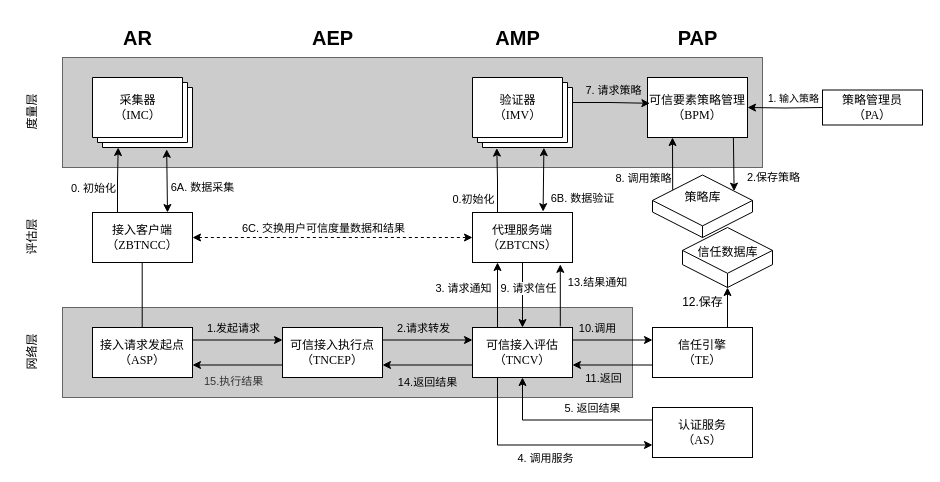
Before: testDirectory/可信接入模型.drawio in Moose1273/-, a draw.io diagram. Source tidied: cells renumbered, new cells numbered last; positions are measured from the earlier drawing's top-left corner, leaving out a move shared by most shapes. Both pictures are drawn from the tidied source at 100%, with x=0, y=0 at pixel (2, 17).
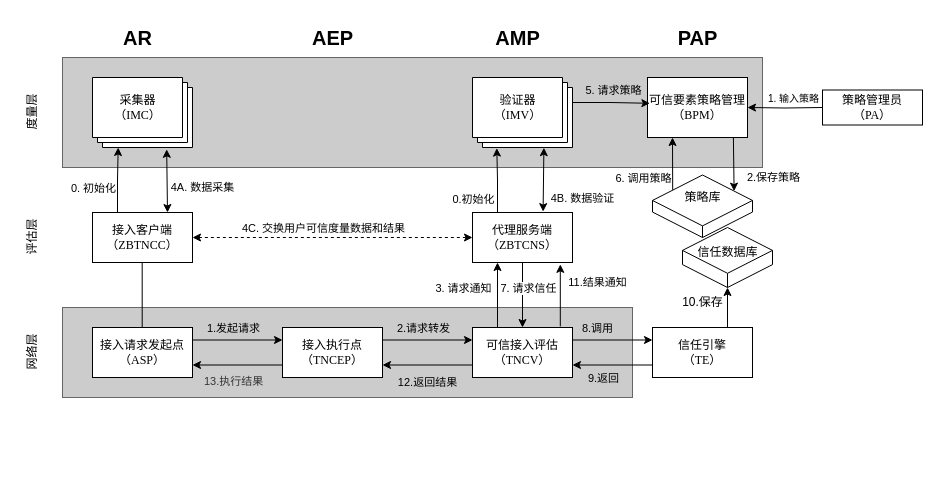
Above is the later version.

Commit message:
更新可信接入模型.drawio

Unchanged cells that the change refers to:
```xml
<mxCell id="8" style="edgeStyle=orthogonalEdgeStyle;rounded=0;jettySize=auto;html=1;entryX=0.5;entryY=0;entryDx=0;entryDy=0;" parent="1" edge="1" source="10" target="21">
  <mxGeometry relative="1" as="geometry" />
</mxCell>
<mxCell id="18" style="edgeStyle=orthogonalEdgeStyle;rounded=0;jettySize=auto;html=1;exitX=1;exitY=0.25;exitDx=0;exitDy=0;entryX=0;entryY=0.25;entryDx=0;entryDy=0;" parent="1" edge="1" source="21" target="30">
  <mxGeometry relative="1" as="geometry" />
</mxCell>
<mxCell id="21" value="可信接入评估&lt;br&gt;&lt;font face=&quot;Times New Roman&quot;&gt;（TNCV）&lt;/font&gt;" style="rounded=0;whiteSpace=wrap;html=1;" parent="1" vertex="1">
  <mxGeometry x="470" y="310" width="100" height="50" as="geometry" />
</mxCell>
<mxCell id="28" style="edgeStyle=orthogonalEdgeStyle;rounded=0;jettySize=auto;html=1;exitX=0;exitY=0.75;exitDx=0;exitDy=0;entryX=1;entryY=0.75;entryDx=0;entryDy=0;" parent="1" edge="1" source="30" target="21">
  <mxGeometry relative="1" as="geometry" />
</mxCell>
<mxCell id="43" style="endArrow=classic;startArrow=classic;html=1;rounded=0;entryX=0;entryY=0.5;entryDx=0;entryDy=0;exitX=1;exitY=0.5;exitDx=0;exitDy=0;dashed=1;" parent="1" edge="1" source="7" target="10">
  <mxGeometry relative="1" as="geometry" />
</mxCell>
<mxCell id="46" style="endArrow=classic;startArrow=classic;html=1;rounded=0;entryX=0.75;entryY=0;entryDx=0;entryDy=0;exitX=0.742;exitY=1.026;exitDx=0;exitDy=0;exitPerimeter=0;" parent="1" edge="1" source="6" target="7">
  <mxGeometry relative="1" as="geometry" />
</mxCell>
<mxCell id="48" style="endArrow=classic;startArrow=classic;html=1;rounded=0;entryX=0.706;entryY=-0.018;entryDx=0;entryDy=0;entryPerimeter=0;exitX=0.714;exitY=1.003;exitDx=0;exitDy=0;exitPerimeter=0;" parent="1" edge="1" source="26" target="10">
  <mxGeometry relative="1" as="geometry" />
</mxCell>
<mxCell id="50" style="edgeStyle=orthogonalEdgeStyle;rounded=0;jettySize=auto;html=1;exitX=0;exitY=0;exitDx=100;exitDy=25;exitPerimeter=0;entryX=0.024;entryY=0.43;entryDx=0;entryDy=0;entryPerimeter=0;" parent="1" edge="1" source="26" target="31">
  <mxGeometry relative="1" as="geometry" />
</mxCell>
<mxCell id="52" style="endArrow=classic;html=1;rounded=0;entryX=0.25;entryY=1;entryDx=0;entryDy=0;exitX=0.202;exitY=0.238;exitDx=0;exitDy=0;exitPerimeter=0;" parent="1" edge="1" source="40" target="31">
  <mxGeometry relative="1" as="geometry" />
</mxCell>
```

Diff of the diagram source:
```diff
@@
-    <mxCell id="9" value="9. 请求信任" style="edgeLabel;html=1;align=center;verticalAlign=middle;" parent="8" vertex="1">
+    <mxCell id="9" value="7. 请求信任" style="edgeLabel;html=1;align=center;verticalAlign=middle;" parent="8" vertex="1">
       <mxGeometry x="-0.19" y="3" relative="1" as="geometry">
         <mxPoint x="2" y="-1" as="offset" />
       </mxGeometry>
     </mxCell>
@@
-    <mxCell id="16" style="edgeStyle=orthogonalEdgeStyle;rounded=0;jettySize=auto;html=1;exitX=0.25;exitY=1;exitDx=0;exitDy=0;entryX=0;entryY=0.75;entryDx=0;entryDy=0;" parent="1" edge="1" source="21" target="34">
-      <mxGeometry relative="1" as="geometry" />
-    </mxCell>
-    <mxCell id="17" value="4. 调用服务" style="edgeLabel;html=1;align=center;verticalAlign=middle;fontColor=#000000;labelBackgroundColor=#FFFFFF;" parent="16" vertex="1">
-      <mxGeometry x="-0.12" y="-2" relative="1" as="geometry">
-        <mxPoint x="17" y="11" as="offset" />
-      </mxGeometry>
-    </mxCell>
@@
-    <mxCell id="19" value="10.调用" style="edgeLabel;html=1;align=center;verticalAlign=middle;labelBackgroundColor=#CCCCCC;" parent="18" vertex="1">
+    <mxCell id="19" value="8.调用" style="edgeLabel;html=1;align=center;verticalAlign=middle;labelBackgroundColor=#CCCCCC;" parent="18" vertex="1">
       <mxGeometry x="-0.08" y="1" relative="1" as="geometry">
         <mxPoint x="-13" y="-11" as="offset" />
       </mxGeometry>
     </mxCell>
@@
-    <mxCell id="25" value="可信接入执行点&lt;br&gt;&lt;font face=&quot;Times New Roman&quot;&gt;（TNCEP）&lt;/font&gt;" style="rounded=0;whiteSpace=wrap;html=1;" parent="1" vertex="1">
+    <mxCell id="25" value="接入执行点&lt;br&gt;&lt;font face=&quot;Times New Roman&quot;&gt;（TNCEP）&lt;/font&gt;" style="rounded=0;whiteSpace=wrap;html=1;" parent="1" vertex="1">
       <mxGeometry x="280" y="310" width="100" height="50" as="geometry" />
     </mxCell>
@@
-    <mxCell id="29" value="11.返回" style="edgeLabel;html=1;align=center;verticalAlign=middle;labelBackgroundColor=#CCCCCC;" parent="28" vertex="1">
+    <mxCell id="29" value="9.返回" style="edgeLabel;html=1;align=center;verticalAlign=middle;labelBackgroundColor=#CCCCCC;" parent="28" vertex="1">
       <mxGeometry x="-0.3" y="3" relative="1" as="geometry">
         <mxPoint x="-22" y="10" as="offset" />
       </mxGeometry>
     </mxCell>
@@
-    <mxCell id="32" style="edgeStyle=orthogonalEdgeStyle;rounded=0;jettySize=auto;html=1;exitX=0;exitY=0.25;exitDx=0;exitDy=0;entryX=0.5;entryY=1;entryDx=0;entryDy=0;" parent="1" edge="1" source="34" target="21">
-      <mxGeometry relative="1" as="geometry" />
-    </mxCell>
-    <mxCell id="33" value="5. 返回结果" style="edgeLabel;html=1;align=center;verticalAlign=middle;labelBackgroundColor=#FFFFFF;" parent="32" vertex="1">
-      <mxGeometry x="0.2" y="-1" relative="1" as="geometry">
-        <mxPoint x="43" y="-11" as="offset" />
-      </mxGeometry>
-    </mxCell>
-    <mxCell id="34" value="认证服务&lt;br&gt;&lt;font face=&quot;Times New Roman&quot;&gt;（AS）&lt;/font&gt;" style="rounded=0;whiteSpace=wrap;html=1;" parent="1" vertex="1">
-      <mxGeometry x="650" y="390" width="100" height="50" as="geometry" />
-    </mxCell>
@@
-    <mxCell id="44" value="6C. 交换用户可信度量数据和结果" style="edgeLabel;html=1;align=center;verticalAlign=middle;" parent="43" vertex="1">
+    <mxCell id="44" value="4C. 交换用户可信度量数据和结果" style="edgeLabel;html=1;align=center;verticalAlign=middle;" parent="43" vertex="1">
       <mxGeometry x="-0.24" relative="1" as="geometry">
         <mxPoint x="24" y="-10" as="offset" />
       </mxGeometry>
     </mxCell>
@@
-    <mxCell id="47" value="6A. 数据采集" style="edgeLabel;html=1;align=center;verticalAlign=middle;" parent="46" vertex="1">
+    <mxCell id="47" value="4A. 数据采集" style="edgeLabel;html=1;align=center;verticalAlign=middle;" parent="46" vertex="1">
       <mxGeometry x="0.12" y="3" relative="1" as="geometry">
         <mxPoint x="32" y="3" as="offset" />
       </mxGeometry>
     </mxCell>
@@
-    <mxCell id="49" value="6B. 数据验证" style="edgeLabel;html=1;align=center;verticalAlign=middle;" parent="48" vertex="1">
+    <mxCell id="49" value="4B. 数据验证" style="edgeLabel;html=1;align=center;verticalAlign=middle;" parent="48" vertex="1">
       <mxGeometry x="-0.01" relative="1" as="geometry">
         <mxPoint x="39" y="18" as="offset" />
       </mxGeometry>
     </mxCell>
@@
-    <mxCell id="51" value="7. 请求策略" style="edgeLabel;html=1;align=center;verticalAlign=middle;labelBackgroundColor=#CCCCCC;" parent="50" vertex="1">
+    <mxCell id="51" value="5. 请求策略" style="edgeLabel;html=1;align=center;verticalAlign=middle;labelBackgroundColor=#CCCCCC;" parent="50" vertex="1">
       <mxGeometry x="-0.36" y="1" relative="1" as="geometry">
         <mxPoint x="15" y="-12" as="offset" />
       </mxGeometry>
     </mxCell>
@@
-    <mxCell id="53" value="8. 调用策略" style="edgeLabel;html=1;align=center;verticalAlign=middle;" parent="52" vertex="1">
+    <mxCell id="53" value="6. 调用策略" style="edgeLabel;html=1;align=center;verticalAlign=middle;" parent="52" vertex="1">
       <mxGeometry x="-0.11" y="3" relative="1" as="geometry">
         <mxPoint x="-27" y="11" as="offset" />
       </mxGeometry>
     </mxCell>
@@
-    <mxCell id="62" value="12.保存" style="text;html=1;align=center;verticalAlign=middle;strokeColor=none;fillColor=none;" parent="1" vertex="1">
+    <mxCell id="62" value="10.保存" style="text;html=1;align=center;verticalAlign=middle;strokeColor=none;fillColor=none;" parent="1" vertex="1">
       <mxGeometry x="670" y="270" width="60" height="30" as="geometry" />
     </mxCell>
-    <mxCell id="63" value="&lt;font style=&quot;font-size: 11px;&quot;&gt;14.返回结果&lt;/font&gt;" style="text;html=1;align=center;verticalAlign=middle;strokeColor=none;fillColor=none;" parent="1" vertex="1">
+    <mxCell id="63" value="&lt;font style=&quot;font-size: 11px;&quot;&gt;12.返回结果&lt;/font&gt;" style="text;html=1;align=center;verticalAlign=middle;strokeColor=none;fillColor=none;" parent="1" vertex="1">
       <mxGeometry x="385" y="350" width="80" height="30" as="geometry" />
     </mxCell>
-    <mxCell id="64" value="&lt;span style=&quot;color: rgb(51, 51, 51); font-family: Helvetica; font-style: normal; font-variant-ligatures: normal; font-variant-caps: normal; font-weight: 400; letter-spacing: normal; orphans: 2; text-align: center; text-indent: 0px; text-transform: none; widows: 2; word-spacing: 0px; -webkit-text-stroke-width: 0px; text-decoration-thickness: initial; text-decoration-style: initial; text-decoration-color: initial; float: none; display: inline !important;&quot;&gt;&lt;font style=&quot;font-size: 11px;&quot;&gt;15.执行结果&lt;/font&gt;&lt;/span&gt;" style="text;whiteSpace=wrap;html=1;labelBackgroundColor=#CCCCCC;" parent="1" vertex="1">
+    <mxCell id="64" value="&lt;span style=&quot;color: rgb(51, 51, 51); font-family: Helvetica; font-style: normal; font-variant-ligatures: normal; font-variant-caps: normal; font-weight: 400; letter-spacing: normal; orphans: 2; text-align: center; text-indent: 0px; text-transform: none; widows: 2; word-spacing: 0px; -webkit-text-stroke-width: 0px; text-decoration-thickness: initial; text-decoration-style: initial; text-decoration-color: initial; float: none; display: inline !important;&quot;&gt;&lt;font style=&quot;font-size: 11px;&quot;&gt;13.执行结果&lt;/font&gt;&lt;/span&gt;" style="text;whiteSpace=wrap;html=1;labelBackgroundColor=#CCCCCC;" parent="1" vertex="1">
       <mxGeometry x="200" y="350" width="120" height="40" as="geometry" />
     </mxCell>
@@
-    <mxCell id="67" value="&lt;font style=&quot;font-size: 11px;&quot;&gt;13.结果通知&lt;/font&gt;" style="text;html=1;align=center;verticalAlign=middle;strokeColor=none;fillColor=none;" parent="1" vertex="1">
+    <mxCell id="67" value="&lt;font style=&quot;font-size: 11px;&quot;&gt;11.结果通知&lt;/font&gt;" style="text;html=1;align=center;verticalAlign=middle;strokeColor=none;fillColor=none;" parent="1" vertex="1">
       <mxGeometry x="555" y="250" width="80" height="30" as="geometry" />
     </mxCell>
```
